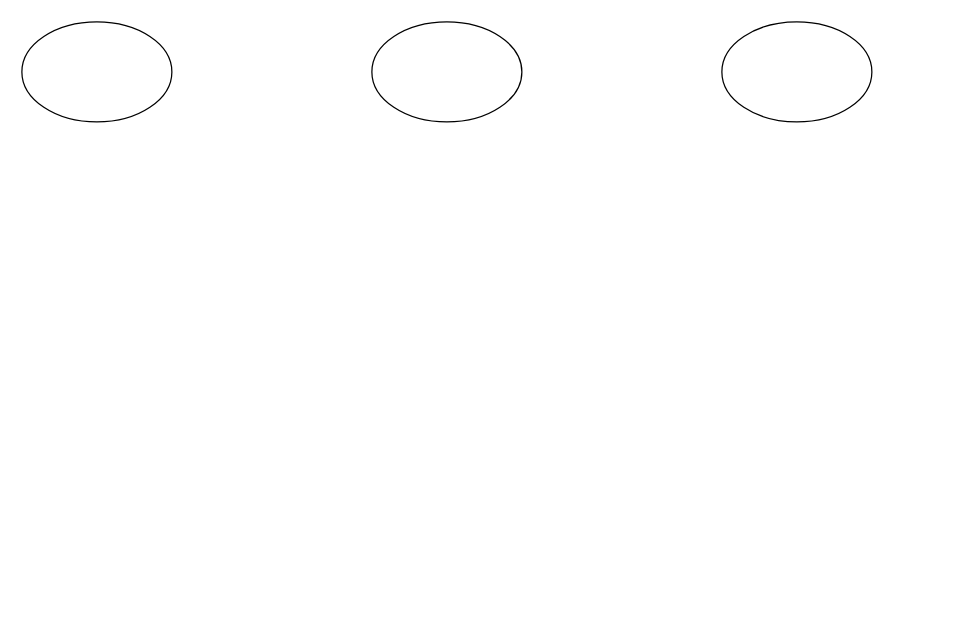
The draw.io diagram Untitled Diagram.drawio in jjunh33/main-NoticeAlert, before the edit. Source tidied: cells renumbered, new cells numbered last; positions are measured from the earlier drawing's top-left corner, leaving out a move shared by most shapes. Both pictures are drawn from the tidied source at 125%, with x=0, y=0 at pixel (21, 21).
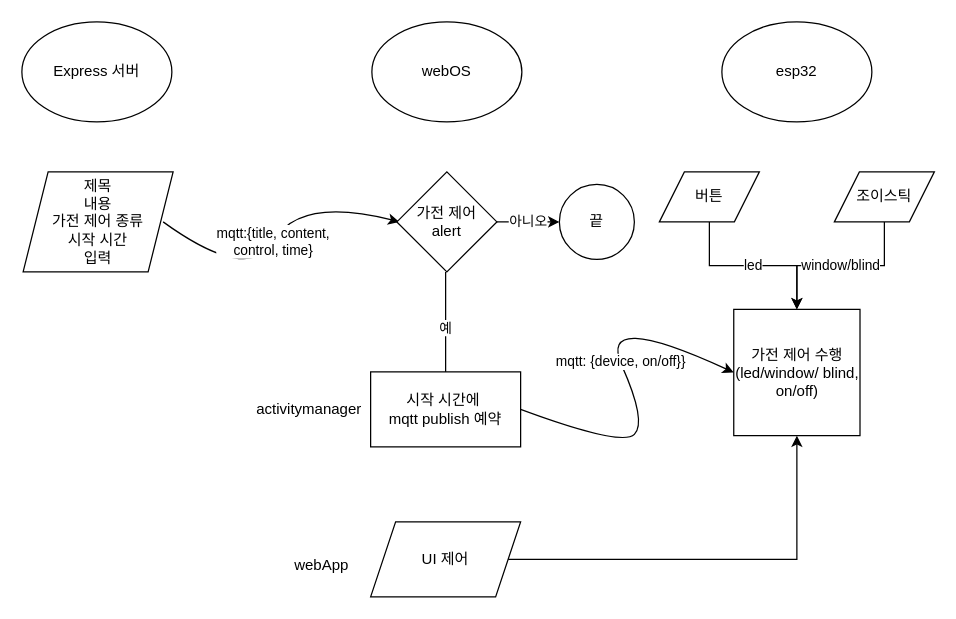
The same page after the edit.

Diff of the diagram source:
```diff
@@
-    <mxCell id="2" style="ellipse;whiteSpace=wrap;html=1;" parent="1" vertex="1">
+    <mxCell id="2" value="Express 서버" style="ellipse;whiteSpace=wrap;html=1;" parent="1" vertex="1">
       <mxGeometry width="120" height="80" as="geometry" />
     </mxCell>
-    <mxCell id="3" style="ellipse;whiteSpace=wrap;html=1;" parent="1" vertex="1">
+    <mxCell id="3" value="webOS" style="ellipse;whiteSpace=wrap;html=1;" parent="1" vertex="1">
       <mxGeometry x="280" width="120" height="80" as="geometry" />
     </mxCell>
-    <mxCell id="4" style="ellipse;whiteSpace=wrap;html=1;" parent="1" vertex="1">
+    <mxCell id="4" value="esp32" style="ellipse;whiteSpace=wrap;html=1;" parent="1" vertex="1">
       <mxGeometry x="560" width="120" height="80" as="geometry" />
     </mxCell>
+    <mxCell id="5" value="제목&lt;br&gt;내용&lt;br&gt;가전 제어 종류&lt;br&gt;시작 시간&lt;br&gt;입력" style="shape=parallelogram;perimeter=parallelogramPerimeter;whiteSpace=wrap;html=1;fixedSize=1;" parent="1" vertex="1">
+      <mxGeometry x="1" y="120" width="120" height="80" as="geometry" />
+    </mxCell>
+    <mxCell id="6" value="mqtt:{title, content, &lt;br&gt;control, time}" style="curved=1;endArrow=classic;html=1;rounded=0;exitX=1;exitY=0.5;exitDx=0;exitDy=0;entryX=0;entryY=0.5;entryDx=0;entryDy=0;" parent="1" edge="1">
+      <mxGeometry relative="1" as="geometry">
+        <mxPoint x="113" y="160" as="sourcePoint" />
+        <mxPoint x="302" y="160" as="targetPoint" />
+        <Array as="points">
+          <mxPoint x="182" y="210" />
+          <mxPoint x="222" y="140" />
+        </Array>
+      </mxGeometry>
+    </mxCell>
+    <mxCell id="7" value="아니오" style="edgeStyle=orthogonalEdgeStyle;rounded=0;jettySize=auto;html=1;" parent="1" edge="1" source="9" target="10">
+      <mxGeometry relative="1" as="geometry" />
+    </mxCell>
+    <mxCell id="8" value="예" style="edgeStyle=orthogonalEdgeStyle;rounded=0;orthogonalLoop=1;jettySize=auto;html=1;" parent="1" edge="1">
+      <mxGeometry relative="1" as="geometry">
+        <mxPoint x="339" y="200" as="sourcePoint" />
+        <mxPoint x="339" y="290" as="targetPoint" />
+      </mxGeometry>
+    </mxCell>
+    <mxCell id="9" value="가전 제어&lt;br&gt;alert" style="rhombus;whiteSpace=wrap;html=1;" parent="1" vertex="1">
+      <mxGeometry x="300" y="120" width="80" height="80" as="geometry" />
+    </mxCell>
+    <mxCell id="10" value="끝" style="ellipse;whiteSpace=wrap;html=1;" parent="1" vertex="1">
+      <mxGeometry x="430" y="130" width="60" height="60" as="geometry" />
+    </mxCell>
+    <mxCell id="11" value="시작 시간에&amp;nbsp;&lt;br&gt;mqtt publish 예약" style="whiteSpace=wrap;html=1;" parent="1" vertex="1">
+      <mxGeometry x="279" y="280" width="120" height="60" as="geometry" />
+    </mxCell>
+    <mxCell id="12" value="activitymanager" style="text;html=1;strokeColor=none;fillColor=none;align=center;verticalAlign=middle;whiteSpace=wrap;rounded=0;" parent="1" vertex="1">
+      <mxGeometry x="200" y="295" width="60" height="30" as="geometry" />
+    </mxCell>
+    <mxCell id="13" value="가전 제어 수행&lt;br&gt;(led/window/ blind,&lt;br&gt;on/off)" style="whiteSpace=wrap;html=1;" parent="1" vertex="1">
+      <mxGeometry x="569.5" y="230" width="101" height="101" as="geometry" />
+    </mxCell>
+    <mxCell id="14" value="mqtt: {device, on/off}}" style="curved=1;endArrow=classic;html=1;rounded=0;exitX=1;exitY=0.5;exitDx=0;exitDy=0;entryX=0;entryY=0.5;entryDx=0;entryDy=0;" parent="1" edge="1" source="11" target="13">
+      <mxGeometry relative="1" as="geometry">
+        <Array as="points">
+          <mxPoint x="480" y="340" />
+          <mxPoint x="500" y="320" />
+          <mxPoint x="460" y="230" />
+        </Array>
+      </mxGeometry>
+    </mxCell>
+    <mxCell id="15" value="led" style="edgeStyle=orthogonalEdgeStyle;rounded=0;jettySize=auto;html=1;" parent="1" edge="1" source="16" target="13">
+      <mxGeometry relative="1" as="geometry" />
+    </mxCell>
+    <mxCell id="16" value="버튼" style="shape=parallelogram;perimeter=parallelogramPerimeter;whiteSpace=wrap;html=1;fixedSize=1;" parent="1" vertex="1">
+      <mxGeometry x="510" y="120" width="80" height="40" as="geometry" />
+    </mxCell>
+    <mxCell id="17" value="window/blind" style="edgeStyle=orthogonalEdgeStyle;rounded=0;jettySize=auto;html=1;" parent="1" edge="1" source="18" target="13">
+      <mxGeometry relative="1" as="geometry" />
+    </mxCell>
+    <mxCell id="18" value="조이스틱" style="shape=parallelogram;perimeter=parallelogramPerimeter;whiteSpace=wrap;html=1;fixedSize=1;" parent="1" vertex="1">
+      <mxGeometry x="650" y="120" width="80" height="40" as="geometry" />
+    </mxCell>
+    <mxCell id="19" style="edgeStyle=orthogonalEdgeStyle;rounded=0;jettySize=auto;html=1;entryX=0.5;entryY=1;entryDx=0;entryDy=0;" parent="1" edge="1" source="20" target="13">
+      <mxGeometry relative="1" as="geometry" />
+    </mxCell>
+    <mxCell id="20" value="UI 제어" style="shape=parallelogram;perimeter=parallelogramPerimeter;whiteSpace=wrap;html=1;fixedSize=1;" parent="1" vertex="1">
+      <mxGeometry x="279" y="400" width="120" height="60" as="geometry" />
+    </mxCell>
+    <mxCell id="21" value="webApp" style="text;html=1;strokeColor=none;fillColor=none;align=center;verticalAlign=middle;whiteSpace=wrap;rounded=0;" parent="1" vertex="1">
+      <mxGeometry x="210" y="420" width="60" height="30" as="geometry" />
+    </mxCell>
```
